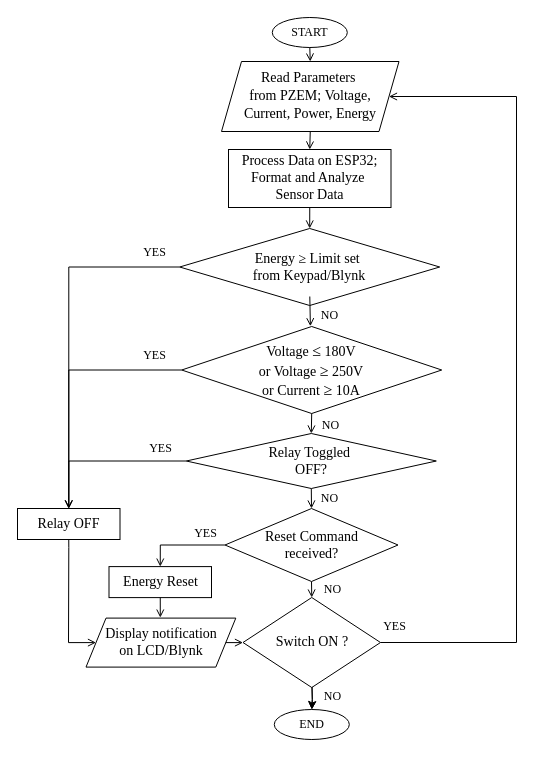
Adeolu-Aremu/AIoT-Energy-Meter keeps this draw.io diagram as Control Flowchart.drawio. Above is the earlier version. Source tidied: cells renumbered, new cells numbered last; positions are measured from the earlier drawing's top-left corner, leaving out a move shared by most shapes. Both pictures are drawn from the tidied source at 100%, with x=0, y=0 at pixel (17, 17).
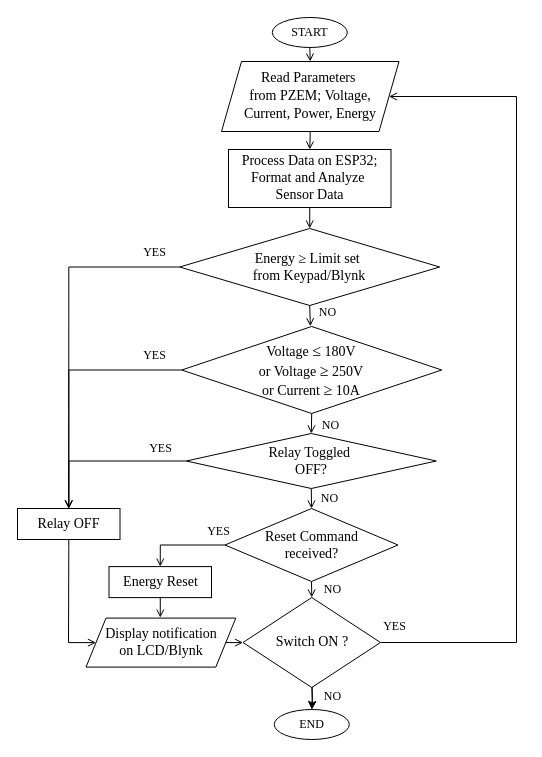
Above is the later version.

The change refers to these unchanged cells:
```xml
<mxCell id="16" value="&lt;div style=&quot;forced-color-adjust: none; color: rgb(0, 0, 0); font-style: normal; font-variant-ligatures: normal; font-variant-caps: normal; font-weight: 400; letter-spacing: normal; orphans: 2; text-align: center; text-indent: 0px; text-transform: none; widows: 2; word-spacing: 0px; -webkit-text-stroke-width: 0px; white-space: nowrap; text-decoration-thickness: initial; text-decoration-style: initial; text-decoration-color: initial;&quot;&gt;&lt;font style=&quot;font-size: 14px;&quot; face=&quot;Times New Roman&quot;&gt;Energy &lt;span style=&quot;background-color: transparent; color: light-dark(rgb(0, 0, 0), rgb(255, 255, 255)); text-wrap-mode: wrap;&quot;&gt;≥ Limit set&amp;nbsp;&lt;/span&gt;&lt;/font&gt;&lt;/div&gt;&lt;div style=&quot;forced-color-adjust: none; color: rgb(0, 0, 0); font-style: normal; font-variant-ligatures: normal; font-variant-caps: normal; font-weight: 400; letter-spacing: normal; orphans: 2; text-align: center; text-indent: 0px; text-transform: none; widows: 2; word-spacing: 0px; -webkit-text-stroke-width: 0px; white-space: nowrap; text-decoration-thickness: initial; text-decoration-style: initial; text-decoration-color: initial;&quot;&gt;&lt;font style=&quot;font-size: 14px;&quot; face=&quot;Times New Roman&quot;&gt;&lt;span style=&quot;background-color: transparent; color: light-dark(rgb(0, 0, 0), rgb(255, 255, 255)); text-wrap-mode: wrap;&quot;&gt;from Keypad/Blynk&lt;/span&gt;&lt;/font&gt;&lt;/div&gt;" style="rhombus;whiteSpace=wrap;html=1;direction=south;" parent="1" vertex="1">
  <mxGeometry x="162.2" y="211" width="260" height="77" as="geometry" />
</mxCell>
<mxCell id="17" value="&lt;div style=&quot;forced-color-adjust: none; color: rgb(0, 0, 0); font-style: normal; font-variant-ligatures: normal; font-variant-caps: normal; font-weight: 400; letter-spacing: normal; orphans: 2; text-align: center; text-indent: 0px; text-transform: none; widows: 2; word-spacing: 0px; -webkit-text-stroke-width: 0px; white-space: nowrap; text-decoration-thickness: initial; text-decoration-style: initial; text-decoration-color: initial;&quot;&gt;&lt;font face=&quot;Times New Roman&quot;&gt;&lt;span style=&quot;font-size: 14px;&quot;&gt;Voltage&amp;nbsp;&lt;/span&gt;&lt;/font&gt;&lt;span style=&quot;font-family: &amp;quot;Times New Roman&amp;quot;, serif; font-size: 12pt; background-color: transparent; color: light-dark(rgb(0, 0, 0), rgb(255, 255, 255)); text-wrap-mode: wrap;&quot;&gt;≤&lt;/span&gt;&lt;span style=&quot;font-size: 14px; font-family: &amp;quot;Times New Roman&amp;quot;; color: light-dark(rgb(0, 0, 0), rgb(237, 237, 237)); background-color: transparent;&quot;&gt;&amp;nbsp;180V&lt;/span&gt;&lt;/div&gt;&lt;div style=&quot;forced-color-adjust: none; color: rgb(0, 0, 0); font-style: normal; font-variant-ligatures: normal; font-variant-caps: normal; font-weight: 400; letter-spacing: normal; orphans: 2; text-align: center; text-indent: 0px; text-transform: none; widows: 2; word-spacing: 0px; -webkit-text-stroke-width: 0px; white-space: nowrap; text-decoration-thickness: initial; text-decoration-style: initial; text-decoration-color: initial;&quot;&gt;&lt;font face=&quot;Times New Roman&quot;&gt;&lt;span style=&quot;font-size: 14px;&quot;&gt;or Voltage&amp;nbsp;&lt;/span&gt;&lt;/font&gt;&lt;span style=&quot;font-family: &amp;quot;Times New Roman&amp;quot;, serif; font-size: 12pt; background-color: transparent; color: light-dark(rgb(0, 0, 0), rgb(255, 255, 255)); text-wrap-mode: wrap;&quot;&gt;≥&lt;/span&gt;&lt;span style=&quot;font-size: 14px; font-family: &amp;quot;Times New Roman&amp;quot;; color: light-dark(rgb(0, 0, 0), rgb(237, 237, 237)); background-color: transparent;&quot;&gt;&amp;nbsp;250V&lt;/span&gt;&lt;/div&gt;&lt;div style=&quot;forced-color-adjust: none; color: rgb(0, 0, 0); font-style: normal; font-variant-ligatures: normal; font-variant-caps: normal; font-weight: 400; letter-spacing: normal; orphans: 2; text-align: center; text-indent: 0px; text-transform: none; widows: 2; word-spacing: 0px; -webkit-text-stroke-width: 0px; white-space: nowrap; text-decoration-thickness: initial; text-decoration-style: initial; text-decoration-color: initial;&quot;&gt;&lt;font face=&quot;Times New Roman&quot;&gt;&lt;span style=&quot;font-size: 14px;&quot;&gt;or Current&amp;nbsp;&lt;/span&gt;&lt;/font&gt;&lt;span style=&quot;font-family: &amp;quot;Times New Roman&amp;quot;, serif; font-size: 12pt; background-color: transparent; color: light-dark(rgb(0, 0, 0), rgb(255, 255, 255)); text-wrap-mode: wrap;&quot;&gt;≥&lt;/span&gt;&lt;span style=&quot;font-size: 14px; font-family: &amp;quot;Times New Roman&amp;quot;; color: light-dark(rgb(0, 0, 0), rgb(237, 237, 237)); background-color: transparent;&quot;&gt;&amp;nbsp;10A&lt;/span&gt;&lt;/div&gt;" style="rhombus;whiteSpace=wrap;html=1;direction=south;" parent="1" vertex="1">
  <mxGeometry x="164.2" y="309" width="260" height="87" as="geometry" />
</mxCell>
```

The edit, as a diff of the source:
```diff
@@
-    <mxCell id="19" style="edgeStyle=orthogonalEdgeStyle;rounded=0;jettySize=auto;html=1;endArrow=open;endFill=0;exitX=1;exitY=0.5;exitDx=0;exitDy=0;entryX=-0.003;entryY=0.505;entryDx=0;entryDy=0;entryPerimeter=0;" parent="1" edge="1" target="17">
-      <mxGeometry relative="1" as="geometry">
-        <mxPoint x="292.3" y="279" as="sourcePoint" />
-      </mxGeometry>
+    <mxCell id="19" style="edgeStyle=orthogonalEdgeStyle;rounded=0;jettySize=auto;html=1;endArrow=open;endFill=0;entryX=-0.003;entryY=0.505;entryDx=0;entryDy=0;entryPerimeter=0;exitX=1;exitY=0.5;exitDx=0;exitDy=0;" parent="1" edge="1" source="16" target="17">
+      <mxGeometry relative="1" as="geometry" />
     </mxCell>
@@
     <mxCell id="27" value="&lt;h6&gt;&lt;span style=&quot;color: light-dark(rgb(0, 0, 0), rgb(255, 255, 255)); font-weight: normal;&quot;&gt;&lt;font style=&quot;font-size: 12px;&quot; face=&quot;Times New Roman&quot;&gt;YES&lt;/font&gt;&lt;/span&gt;&lt;/h6&gt;&lt;div&gt;&lt;/div&gt;" style="text;html=1;align=center;verticalAlign=middle;strokeColor=none;fillColor=none;" parent="1" vertex="1">
-      <mxGeometry x="162.5" y="481" width="50" height="70" as="geometry" />
+      <mxGeometry x="175.5" y="479.1" width="50" height="70" as="geometry" />
     </mxCell>
@@
     <mxCell id="30" value="&lt;h6&gt;&lt;span style=&quot;color: light-dark(rgb(0, 0, 0), rgb(255, 255, 255)); font-weight: normal;&quot;&gt;&lt;font style=&quot;font-size: 12px;&quot; face=&quot;Times New Roman&quot;&gt;NO&lt;/font&gt;&lt;/span&gt;&lt;/h6&gt;&lt;div&gt;&lt;/div&gt;" style="text;html=1;align=center;verticalAlign=middle;strokeColor=none;fillColor=none;" parent="1" vertex="1">
-      <mxGeometry x="291.8" y="263" width="40" height="70" as="geometry" />
+      <mxGeometry x="289.8" y="260" width="40" height="70" as="geometry" />
     </mxCell>
```
